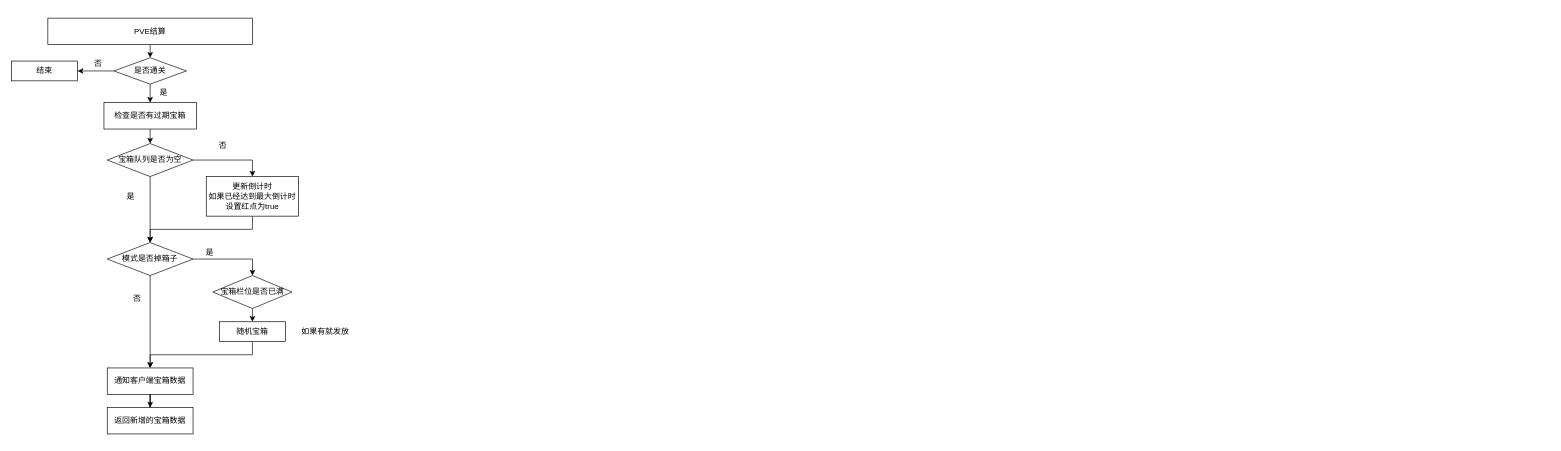
Ordertiny/graph keeps this draw.io diagram as SSJJ2/SS2星耀纹章.drawio. Above is the earlier version. Source tidied: cells renumbered, new cells numbered last; positions are measured from the earlier drawing's top-left corner, leaving out a move shared by most shapes. Both pictures are drawn from the tidied source at 66%, with x=0, y=0 at pixel (11, 18).
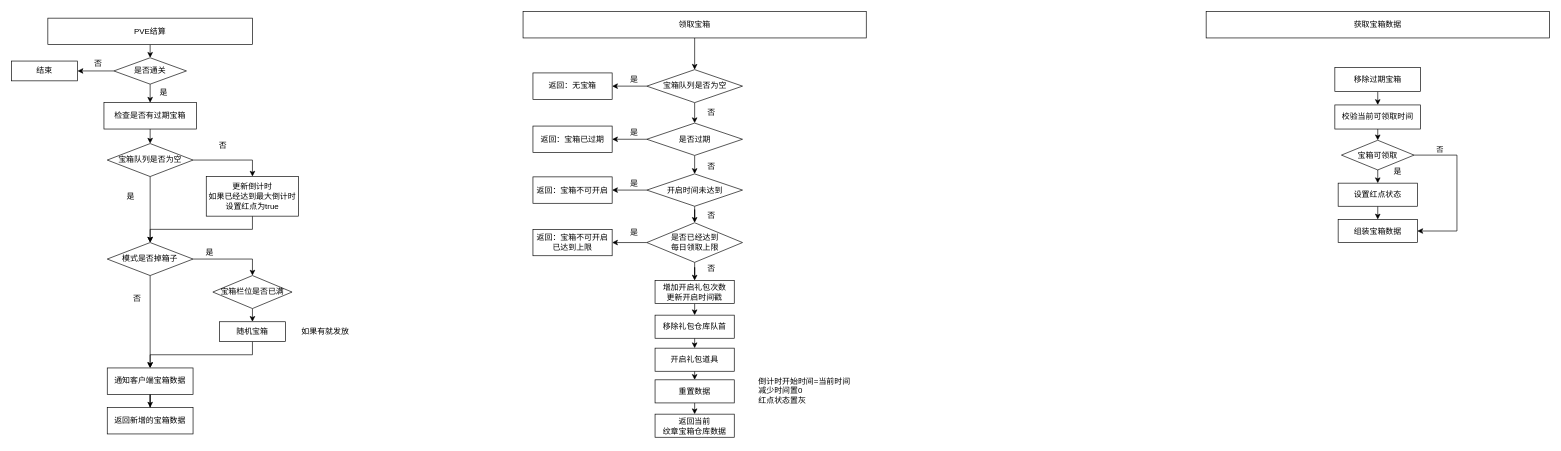
The same diagram, later.

Commit message (it also covers changes not shown here):
更新SS2星耀纹章.drawio

Diff of the diagram source:
```diff
@@
+    <mxCell id="33" style="edgeStyle=orthogonalEdgeStyle;rounded=0;jettySize=auto;html=1;exitX=0.5;exitY=1;exitDx=0;exitDy=0;entryX=0.5;entryY=0;entryDx=0;entryDy=0;" parent="1" edge="1" source="34" target="37">
+      <mxGeometry relative="1" as="geometry" />
+    </mxCell>
+    <mxCell id="34" value="领取宝箱" style="rounded=0;whiteSpace=wrap;html=1;" parent="1" vertex="1">
+      <mxGeometry x="775" y="-10" width="520" height="40" as="geometry" />
+    </mxCell>
+    <mxCell id="35" style="edgeStyle=orthogonalEdgeStyle;rounded=0;jettySize=auto;html=1;exitX=0;exitY=0.5;exitDx=0;exitDy=0;" parent="1" edge="1" source="37" target="38">
+      <mxGeometry relative="1" as="geometry" />
+    </mxCell>
+    <mxCell id="36" style="edgeStyle=orthogonalEdgeStyle;rounded=0;jettySize=auto;html=1;exitX=0.5;exitY=1;exitDx=0;exitDy=0;entryX=0.5;entryY=0;entryDx=0;entryDy=0;" parent="1" edge="1" source="37" target="41">
+      <mxGeometry relative="1" as="geometry" />
+    </mxCell>
+    <mxCell id="37" value="宝箱队列是否为空" style="rhombus;whiteSpace=wrap;html=1;" parent="1" vertex="1">
+      <mxGeometry x="962.5" y="78" width="145" height="50" as="geometry" />
+    </mxCell>
+    <mxCell id="38" value="返回：无宝箱" style="rounded=0;whiteSpace=wrap;html=1;" parent="1" vertex="1">
+      <mxGeometry x="790" y="83" width="120" height="40" as="geometry" />
+    </mxCell>
+    <mxCell id="39" style="edgeStyle=orthogonalEdgeStyle;rounded=0;jettySize=auto;html=1;exitX=0;exitY=0.5;exitDx=0;exitDy=0;entryX=1;entryY=0.5;entryDx=0;entryDy=0;" parent="1" edge="1" source="41" target="42">
+      <mxGeometry relative="1" as="geometry" />
+    </mxCell>
+    <mxCell id="40" style="edgeStyle=orthogonalEdgeStyle;rounded=0;jettySize=auto;html=1;exitX=0.5;exitY=1;exitDx=0;exitDy=0;entryX=0.5;entryY=0;entryDx=0;entryDy=0;" parent="1" edge="1" source="41" target="45">
+      <mxGeometry relative="1" as="geometry" />
+    </mxCell>
+    <mxCell id="41" value="是否过期" style="rhombus;whiteSpace=wrap;html=1;" parent="1" vertex="1">
+      <mxGeometry x="962.5" y="159" width="145" height="49" as="geometry" />
+    </mxCell>
+    <mxCell id="42" value="返回：宝箱已过期" style="rounded=0;whiteSpace=wrap;html=1;" parent="1" vertex="1">
+      <mxGeometry x="790" y="163.5" width="120" height="40" as="geometry" />
+    </mxCell>
+    <mxCell id="43" style="edgeStyle=orthogonalEdgeStyle;rounded=0;jettySize=auto;html=1;exitX=0;exitY=0.5;exitDx=0;exitDy=0;entryX=1;entryY=0.5;entryDx=0;entryDy=0;" parent="1" edge="1" source="45" target="46">
+      <mxGeometry relative="1" as="geometry" />
+    </mxCell>
+    <mxCell id="44" style="edgeStyle=orthogonalEdgeStyle;rounded=0;jettySize=auto;html=1;exitX=0.5;exitY=1;exitDx=0;exitDy=0;" parent="1" edge="1" source="45" target="49">
+      <mxGeometry relative="1" as="geometry" />
+    </mxCell>
+    <mxCell id="45" value="开启时间未达到" style="rhombus;whiteSpace=wrap;html=1;" parent="1" vertex="1">
+      <mxGeometry x="962.5" y="236" width="145" height="49" as="geometry" />
+    </mxCell>
+    <mxCell id="46" value="返回：宝箱不可开启" style="rounded=0;whiteSpace=wrap;html=1;" parent="1" vertex="1">
+      <mxGeometry x="790" y="240.5" width="120" height="40" as="geometry" />
+    </mxCell>
+    <mxCell id="47" style="edgeStyle=orthogonalEdgeStyle;rounded=0;jettySize=auto;html=1;exitX=0;exitY=0.5;exitDx=0;exitDy=0;entryX=1;entryY=0.5;entryDx=0;entryDy=0;" parent="1" edge="1" source="49" target="50">
+      <mxGeometry relative="1" as="geometry" />
+    </mxCell>
+    <mxCell id="48" style="edgeStyle=orthogonalEdgeStyle;rounded=0;jettySize=auto;html=1;" parent="1" edge="1" source="49" target="59">
+      <mxGeometry relative="1" as="geometry" />
+    </mxCell>
+    <mxCell id="49" value="是否已经达到&lt;div&gt;每日领取上限&lt;/div&gt;" style="rhombus;whiteSpace=wrap;html=1;" parent="1" vertex="1">
+      <mxGeometry x="962.5" y="310" width="145" height="60" as="geometry" />
+    </mxCell>
+    <mxCell id="50" value="返回：宝箱不可开启&lt;div&gt;已达到上限&lt;/div&gt;" style="rounded=0;whiteSpace=wrap;html=1;" parent="1" vertex="1">
+      <mxGeometry x="790" y="320" width="120" height="40" as="geometry" />
+    </mxCell>
+    <mxCell id="51" style="edgeStyle=orthogonalEdgeStyle;rounded=0;jettySize=auto;html=1;exitX=0.5;exitY=1;exitDx=0;exitDy=0;entryX=0.5;entryY=0;entryDx=0;entryDy=0;" parent="1" edge="1" source="52" target="56">
+      <mxGeometry relative="1" as="geometry" />
+    </mxCell>
+    <mxCell id="52" value="开启礼包道具" style="rounded=0;whiteSpace=wrap;html=1;" parent="1" vertex="1">
+      <mxGeometry x="975" y="500" width="120" height="35" as="geometry" />
+    </mxCell>
+    <mxCell id="53" style="edgeStyle=orthogonalEdgeStyle;rounded=0;jettySize=auto;html=1;exitX=0.5;exitY=1;exitDx=0;exitDy=0;entryX=0.5;entryY=0;entryDx=0;entryDy=0;" parent="1" edge="1" source="54" target="52">
+      <mxGeometry relative="1" as="geometry" />
+    </mxCell>
+    <mxCell id="54" value="移除礼包仓库队首" style="rounded=0;whiteSpace=wrap;html=1;" parent="1" vertex="1">
+      <mxGeometry x="975" y="450" width="120" height="35" as="geometry" />
+    </mxCell>
+    <mxCell id="55" style="edgeStyle=orthogonalEdgeStyle;rounded=0;jettySize=auto;html=1;exitX=0.5;exitY=1;exitDx=0;exitDy=0;entryX=0.5;entryY=0;entryDx=0;entryDy=0;" parent="1" edge="1" source="56" target="60">
+      <mxGeometry relative="1" as="geometry" />
+    </mxCell>
+    <mxCell id="56" value="重置数据" style="rounded=0;whiteSpace=wrap;html=1;" parent="1" vertex="1">
+      <mxGeometry x="975" y="548" width="120" height="35" as="geometry" />
+    </mxCell>
+    <mxCell id="57" value="倒计时开始时间=当前时间&lt;div&gt;减少时间置0&lt;/div&gt;&lt;div&gt;红点状态置灰&lt;/div&gt;" style="text;html=1;align=left;verticalAlign=middle;strokeColor=none;fillColor=none;" parent="1" vertex="1">
+      <mxGeometry x="1130" y="535" width="160" height="60" as="geometry" />
+    </mxCell>
+    <mxCell id="58" style="edgeStyle=orthogonalEdgeStyle;rounded=0;jettySize=auto;html=1;exitX=0.5;exitY=1;exitDx=0;exitDy=0;entryX=0.5;entryY=0;entryDx=0;entryDy=0;" parent="1" edge="1" source="59" target="54">
+      <mxGeometry relative="1" as="geometry" />
+    </mxCell>
+    <mxCell id="59" value="增加开启礼包次数&lt;div&gt;更新开启时间戳&lt;/div&gt;" style="rounded=0;whiteSpace=wrap;html=1;" parent="1" vertex="1">
+      <mxGeometry x="975" y="397.5" width="120" height="35" as="geometry" />
+    </mxCell>
+    <mxCell id="60" value="返回当前&lt;div&gt;纹章宝箱&lt;span style=&quot;background-color: transparent; color: light-dark(rgb(0, 0, 0), rgb(255, 255, 255));&quot;&gt;仓库数据&lt;/span&gt;&lt;/div&gt;" style="rounded=0;whiteSpace=wrap;html=1;" parent="1" vertex="1">
+      <mxGeometry x="975" y="600" width="120" height="35" as="geometry" />
+    </mxCell>
+    <mxCell id="61" value="是" style="text;html=1;align=center;verticalAlign=middle;strokeColor=none;fillColor=none;" parent="1" vertex="1">
+      <mxGeometry x="922.5" y="78" width="40" height="30" as="geometry" />
+    </mxCell>
+    <mxCell id="62" value="是" style="text;html=1;align=center;verticalAlign=middle;strokeColor=none;fillColor=none;" parent="1" vertex="1">
+      <mxGeometry x="922.5" y="159" width="40" height="30" as="geometry" />
+    </mxCell>
+    <mxCell id="63" value="是" style="text;html=1;align=center;verticalAlign=middle;strokeColor=none;fillColor=none;" parent="1" vertex="1">
+      <mxGeometry x="922.5" y="236" width="40" height="30" as="geometry" />
+    </mxCell>
+    <mxCell id="64" value="是" style="text;html=1;align=center;verticalAlign=middle;strokeColor=none;fillColor=none;" parent="1" vertex="1">
+      <mxGeometry x="922.5" y="310" width="40" height="30" as="geometry" />
+    </mxCell>
+    <mxCell id="65" value="否" style="text;html=1;align=center;verticalAlign=middle;strokeColor=none;fillColor=none;" parent="1" vertex="1">
+      <mxGeometry x="1040" y="128" width="40" height="30" as="geometry" />
+    </mxCell>
+    <mxCell id="66" value="否" style="text;html=1;align=center;verticalAlign=middle;strokeColor=none;fillColor=none;" parent="1" vertex="1">
+      <mxGeometry x="1040" y="210" width="40" height="30" as="geometry" />
+    </mxCell>
+    <mxCell id="67" value="否" style="text;html=1;align=center;verticalAlign=middle;strokeColor=none;fillColor=none;" parent="1" vertex="1">
+      <mxGeometry x="1040" y="285" width="40" height="30" as="geometry" />
+    </mxCell>
+    <mxCell id="68" value="否" style="text;html=1;align=center;verticalAlign=middle;strokeColor=none;fillColor=none;" parent="1" vertex="1">
+      <mxGeometry x="1040" y="365" width="40" height="30" as="geometry" />
+    </mxCell>
+    <mxCell id="69" value="获取宝箱数据" style="rounded=0;whiteSpace=wrap;html=1;" parent="1" vertex="1">
+      <mxGeometry x="1810" y="-10" width="520" height="40" as="geometry" />
+    </mxCell>
+    <mxCell id="70" style="edgeStyle=orthogonalEdgeStyle;rounded=0;jettySize=auto;html=1;exitX=0.5;exitY=1;exitDx=0;exitDy=0;entryX=0.5;entryY=0;entryDx=0;entryDy=0;" parent="1" edge="1" source="71" target="73">
+      <mxGeometry relative="1" as="geometry" />
+    </mxCell>
+    <mxCell id="71" value="移除过期宝箱" style="rounded=0;whiteSpace=wrap;html=1;" parent="1" vertex="1">
+      <mxGeometry x="2005" y="74.8" width="130" height="36.5" as="geometry" />
+    </mxCell>
+    <mxCell id="72" style="edgeStyle=orthogonalEdgeStyle;rounded=0;jettySize=auto;html=1;exitX=0.5;exitY=1;exitDx=0;exitDy=0;entryX=0.5;entryY=0;entryDx=0;entryDy=0;" parent="1" edge="1" source="73" target="77">
+      <mxGeometry relative="1" as="geometry" />
+    </mxCell>
+    <mxCell id="73" value="校验当前可领取时间" style="rounded=0;whiteSpace=wrap;html=1;" parent="1" vertex="1">
+      <mxGeometry x="2005" y="131.5" width="130" height="36.5" as="geometry" />
+    </mxCell>
+    <mxCell id="74" style="edgeStyle=orthogonalEdgeStyle;rounded=0;jettySize=auto;html=1;exitX=0.5;exitY=1;exitDx=0;exitDy=0;entryX=0.5;entryY=0;entryDx=0;entryDy=0;" parent="1" edge="1" target="79">
+      <mxGeometry relative="1" as="geometry">
+        <mxPoint x="2070" y="215" as="sourcePoint" />
+      </mxGeometry>
+    </mxCell>
+    <mxCell id="75" style="edgeStyle=orthogonalEdgeStyle;rounded=0;jettySize=auto;html=1;exitX=1;exitY=0.5;exitDx=0;exitDy=0;entryX=1;entryY=0.5;entryDx=0;entryDy=0;" parent="1" edge="1" source="77" target="80">
+      <mxGeometry relative="1" as="geometry">
+        <Array as="points">
+          <mxPoint x="2190" y="208" />
+          <mxPoint x="2190" y="323" />
+        </Array>
+      </mxGeometry>
+    </mxCell>
+    <mxCell id="76" value="否" style="edgeLabel;html=1;align=center;verticalAlign=middle;" parent="75" vertex="1">
+      <mxGeometry x="-0.68" y="10" relative="1" as="geometry">
+        <mxPoint y="1" as="offset" />
+      </mxGeometry>
+    </mxCell>
+    <mxCell id="77" value="宝箱可领取" style="rhombus;whiteSpace=wrap;html=1;" parent="1" vertex="1">
+      <mxGeometry x="2015" y="185" width="110" height="45" as="geometry" />
+    </mxCell>
+    <mxCell id="78" style="edgeStyle=orthogonalEdgeStyle;rounded=0;jettySize=auto;html=1;exitX=0.5;exitY=1;exitDx=0;exitDy=0;entryX=0.5;entryY=0;entryDx=0;entryDy=0;" parent="1" edge="1" source="79" target="80">
+      <mxGeometry relative="1" as="geometry" />
+    </mxCell>
+    <mxCell id="79" value="设置红点状态" style="rounded=0;whiteSpace=wrap;html=1;" parent="1" vertex="1">
+      <mxGeometry x="2010" y="250" width="120" height="35" as="geometry" />
+    </mxCell>
+    <mxCell id="80" value="组装宝箱数据" style="rounded=0;whiteSpace=wrap;html=1;" parent="1" vertex="1">
+      <mxGeometry x="2010" y="305" width="120" height="35" as="geometry" />
+    </mxCell>
+    <mxCell id="81" value="是" style="text;html=1;align=center;verticalAlign=middle;strokeColor=none;fillColor=none;" parent="1" vertex="1">
+      <mxGeometry x="2080" y="218" width="40" height="30" as="geometry" />
+    </mxCell>
```
